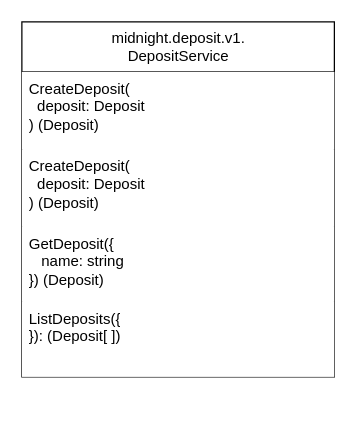
Earlier version of the draw.io diagram docs/architecture.drawio (sig-net/full-stack-demo). Source tidied: cells renumbered, new cells numbered last; positions are measured from the earlier drawing's top-left corner, leaving out a move shared by most shapes. Both pictures are drawn from the tidied source at 125%, with x=0, y=0 at pixel (21, 21).
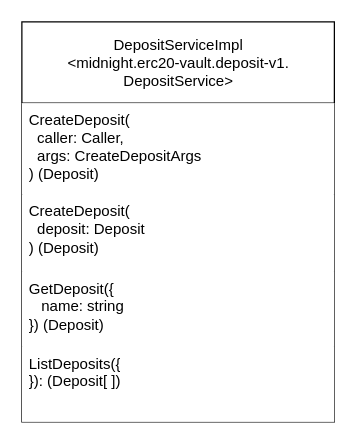
After the change.

The edit, as a diff of the source:
```diff
@@
 <mxGraphModel>
   <root>
     <mxCell id="0" />
     <mxCell id="1" parent="0" />
-    <mxCell id="2" value="midnight.deposit.v1.&lt;br&gt;DepositService" style="swimlane;fontStyle=0;horizontal=1;startSize=40;fillColor=default;html=1;fillStyle=solid;" parent="1" vertex="1">
-      <mxGeometry width="250" height="284" as="geometry" />
+    <mxCell id="2" value="DepositServiceImpl&lt;br&gt;&amp;lt;midnight.erc20-vault.deposit-v1.&lt;br&gt;DepositService&amp;gt;" style="swimlane;fontStyle=0;horizontal=1;startSize=65;fillColor=default;html=1;fillStyle=solid;" parent="1" vertex="1">
+      <mxGeometry width="250" height="320" as="geometry" />
     </mxCell>
-    <mxCell id="3" value="&lt;span style=&quot;color: rgb(0, 0, 0);&quot;&gt;CreateDeposit(&lt;/span&gt;&lt;span style=&quot;color: rgb(0, 0, 0);&quot;&gt;&lt;br&gt;&amp;nbsp; deposit: Deposit&lt;/span&gt;&lt;br style=&quot;color: rgb(63, 63, 63); scrollbar-color: rgb(226, 226, 226) rgb(251, 251, 251);&quot;&gt;&lt;span style=&quot;color: rgb(0, 0, 0);&quot;&gt;) (Deposit&lt;/span&gt;&lt;span style=&quot;color: rgb(0, 0, 0);&quot;&gt;)&lt;/span&gt;" style="text;strokeColor=none;fillColor=default;align=left;verticalAlign=top;spacingLeft=4;spacingRight=4;overflow=hidden;whiteSpace=wrap;html=1;" parent="2" vertex="1">
-      <mxGeometry y="40" width="250" height="62" as="geometry" />
+    <mxCell id="3" value="&lt;span style=&quot;color: rgb(0, 0, 0);&quot;&gt;CreateDeposit(&lt;br&gt;&lt;/span&gt;&lt;span style=&quot;color: rgb(0, 0, 0);&quot;&gt;&amp;nbsp; caller: Caller,&lt;br&gt;&amp;nbsp; args: CreateDepositArgs&lt;/span&gt;&lt;br style=&quot;color: rgb(63, 63, 63); scrollbar-color: rgb(226, 226, 226) rgb(251, 251, 251);&quot;&gt;&lt;span style=&quot;color: rgb(0, 0, 0);&quot;&gt;) (Deposit&lt;/span&gt;&lt;span style=&quot;color: rgb(0, 0, 0);&quot;&gt;)&lt;/span&gt;" style="text;strokeColor=none;fillColor=default;align=left;verticalAlign=top;spacingLeft=4;spacingRight=4;overflow=hidden;whiteSpace=wrap;html=1;" parent="2" vertex="1">
+      <mxGeometry y="65" width="250" height="73" as="geometry" />
     </mxCell>
     <mxCell id="4" value="&lt;span style=&quot;color: rgb(0, 0, 0);&quot;&gt;CreateDeposit(&lt;/span&gt;&lt;span style=&quot;color: rgb(0, 0, 0);&quot;&gt;&lt;br&gt;&amp;nbsp; deposit: Deposit&lt;/span&gt;&lt;br style=&quot;color: rgb(63, 63, 63); scrollbar-color: rgb(226, 226, 226) rgb(251, 251, 251);&quot;&gt;&lt;span style=&quot;color: rgb(0, 0, 0);&quot;&gt;) (Deposit&lt;/span&gt;&lt;span style=&quot;color: rgb(0, 0, 0);&quot;&gt;)&lt;/span&gt;" style="text;strokeColor=none;fillColor=default;align=left;verticalAlign=top;spacingLeft=4;spacingRight=4;overflow=hidden;whiteSpace=wrap;html=1;" parent="2" vertex="1">
-      <mxGeometry y="102" width="250" height="62" as="geometry" />
+      <mxGeometry y="138" width="250" height="62" as="geometry" />
     </mxCell>
     <mxCell id="5" value="GetDeposit({&lt;br&gt;&amp;nbsp; &amp;nbsp;name: string&lt;br&gt;}) (Deposit)" style="text;strokeColor=none;fillColor=default;align=left;verticalAlign=top;spacingLeft=4;spacingRight=4;overflow=hidden;whiteSpace=wrap;html=1;" parent="2" vertex="1">
-      <mxGeometry y="164" width="250" height="60" as="geometry" />
+      <mxGeometry y="200" width="250" height="60" as="geometry" />
     </mxCell>
     <mxCell id="6" value="ListDeposits({&lt;br&gt;}): (Deposit[ ])" style="text;strokeColor=none;fillColor=default;align=left;verticalAlign=top;spacingLeft=4;spacingRight=4;overflow=hidden;whiteSpace=wrap;html=1;" parent="2" vertex="1">
-      <mxGeometry y="224" width="250" height="60" as="geometry" />
+      <mxGeometry y="260" width="250" height="60" as="geometry" />
     </mxCell>
   </root>
 </mxGraphModel>
```
